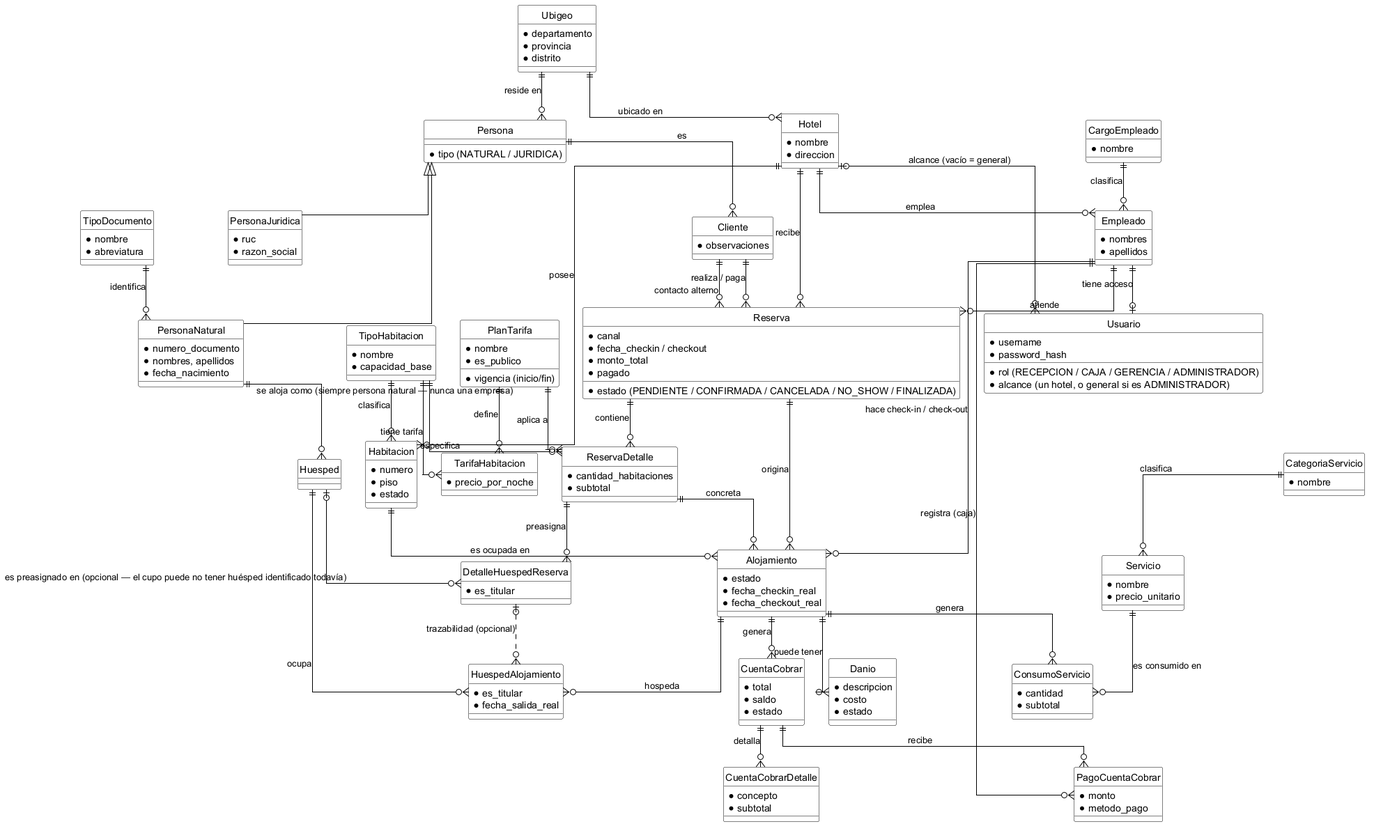
Above: Diagramas/Diagrama de Base de Datos/01_Modelo_Conceptual.png in Piero134/base-de-datos-1 (PlantUML), before the change.
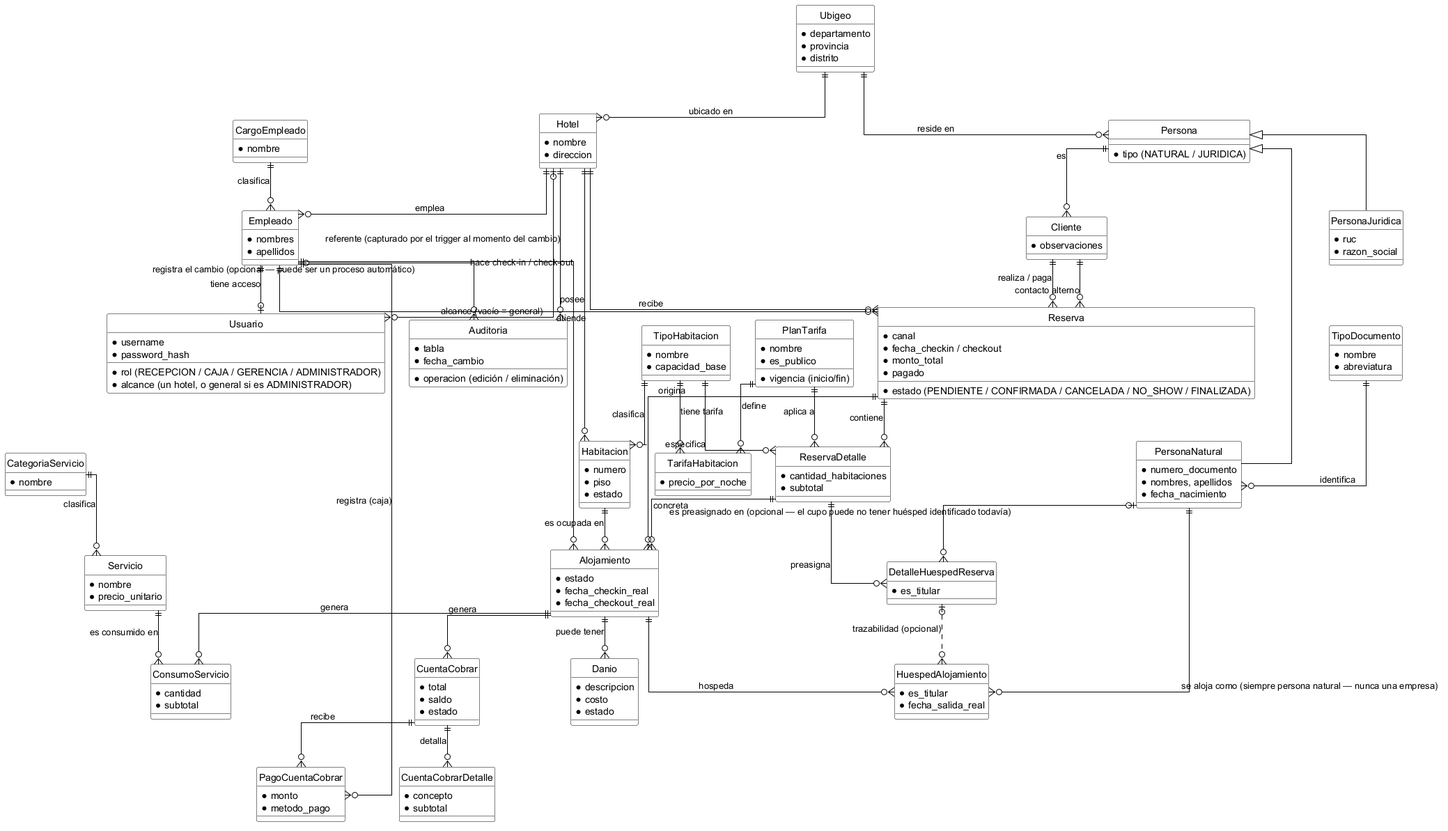
Later version of the same file.

Commit message:
fix(diagramas): sync ER diagrams (conceptual/logico/fisico) with SQL

Diff of the diagram source:
```diff
@@ -60,8 +60,6 @@
   * observaciones
 }
 
-entity Huesped {
-}
 
 entity TipoHabitacion {
   * nombre
@@ -148,6 +146,12 @@
   * metodo_pago
 }
 
+entity Auditoria {
+  * tabla
+  * operacion (edición / eliminación)
+  * fecha_cambio
+}
+
 
 Ubigeo ||--o{ Hotel               : ubicado en
 Ubigeo ||--o{ Persona             : reside en
@@ -178,7 +182,7 @@
 PlanTarifa ||--o{ ReservaDetalle  : aplica a
 
 ReservaDetalle ||--o{ DetalleHuespedReserva : preasigna
-Huesped |o--o{ DetalleHuespedReserva        : es preasignado en (opcional — el cupo puede no tener huésped identificado todavía)
+PersonaNatural |o--o{ DetalleHuespedReserva : es preasignado en (opcional — el cupo puede no tener huésped identificado todavía)
 
 Reserva ||--o{ Alojamiento        : origina
 ReservaDetalle ||--o{ Alojamiento : concreta
@@ -186,9 +190,8 @@
 Empleado ||--o{ Alojamiento       : hace check-in / check-out
 
 Alojamiento ||--o{ HuespedAlojamiento : hospeda
-Huesped ||--o{ HuespedAlojamiento     : ocupa
+PersonaNatural ||--o{ HuespedAlojamiento : se aloja como (siempre persona natural — nunca una empresa)
 DetalleHuespedReserva |o..o{ HuespedAlojamiento : trazabilidad (opcional)
-PersonaNatural ||--o{ Huesped : se aloja como (siempre persona natural — nunca una empresa)
 
 Alojamiento ||--o{ ConsumoServicio : genera
 Servicio ||--o{ ConsumoServicio    : es consumido en
@@ -201,4 +204,7 @@
 CuentaCobrar ||--o{ PagoCuentaCobrar    : recibe
 Empleado ||--o{ PagoCuentaCobrar        : registra (caja)
 
+Empleado |o--o{ Auditoria         : registra el cambio (opcional — puede ser un proceso automático)
+Hotel ||--o{ Auditoria            : referente (capturado por el trigger al momento del cambio)
+
 @enduml
```
